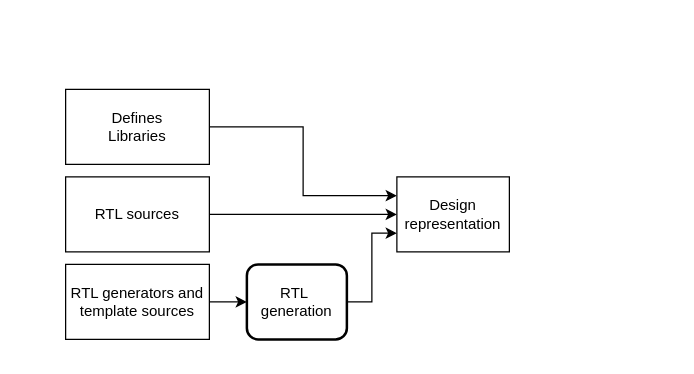
Above: page "RTL" (1 of 9) of content/sili-infra/sili-flows.drawio in jameshanlon/jameshanlon.github.io (draw.io), before the change. Source tidied: cells renumbered, new cells numbered last; positions are measured from the earlier drawing's top-left corner, leaving out a move shared by most shapes. Both pictures are drawn from the tidied source at 125%, with x=0, y=0 at pixel (65, 89).
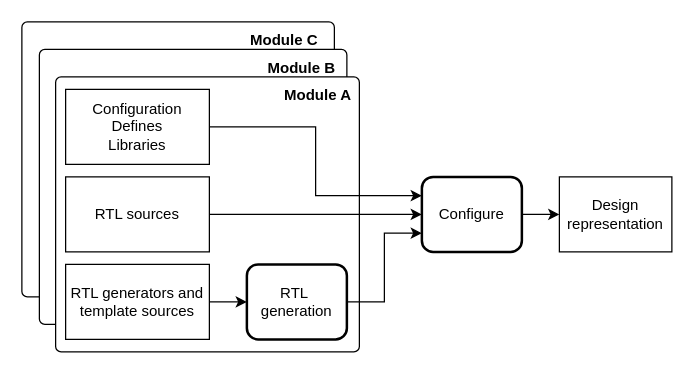
Above is the later version.

Change to the diagram source:
```diff
@@
 <mxGraphModel>
   <root>
     <mxCell id="0" />
     <mxCell id="1" parent="0" />
+    <mxCell id="11" style="rounded=1;whiteSpace=wrap;html=1;arcSize=2;" parent="1" vertex="1">
+      <mxGeometry x="-35" y="-54" width="250" height="220" as="geometry" />
+    </mxCell>
+    <mxCell id="12" style="rounded=1;whiteSpace=wrap;html=1;arcSize=2;" parent="1" vertex="1">
+      <mxGeometry x="-21" y="-32" width="246" height="220" as="geometry" />
+    </mxCell>
+    <mxCell id="13" style="rounded=1;whiteSpace=wrap;html=1;arcSize=2;" parent="1" vertex="1">
+      <mxGeometry x="-8" y="-10" width="243" height="220" as="geometry" />
+    </mxCell>
-    <mxCell id="2" style="edgeStyle=orthogonalEdgeStyle;rounded=0;jettySize=auto;html=1;exitX=1;exitY=0.5;exitDx=0;exitDy=0;entryX=0;entryY=0.75;entryDx=0;entryDy=0;" parent="1" edge="1" source="3" target="10">
+    <mxCell id="2" style="edgeStyle=orthogonalEdgeStyle;rounded=0;jettySize=auto;html=1;exitX=1;exitY=0.5;exitDx=0;exitDy=0;entryX=0;entryY=0.75;entryDx=0;entryDy=0;" parent="1" edge="1" source="3" target="18">
       <mxGeometry relative="1" as="geometry" />
     </mxCell>
     <mxCell id="3" value="RTL&amp;nbsp; generation" style="rounded=1;whiteSpace=wrap;html=1;strokeWidth=2;" parent="1" vertex="1">
       <mxGeometry x="145" y="140" width="80" height="60" as="geometry" />
     </mxCell>
     <mxCell id="4" style="edgeStyle=orthogonalEdgeStyle;rounded=0;jettySize=auto;html=1;exitX=1;exitY=0.5;exitDx=0;exitDy=0;entryX=0;entryY=0.5;entryDx=0;entryDy=0;" parent="1" edge="1" source="5" target="3">
       <mxGeometry relative="1" as="geometry" />
     </mxCell>
     <mxCell id="5" value="RTL generators and template sources" style="rounded=0;whiteSpace=wrap;html=1;" parent="1" vertex="1">
       <mxGeometry y="140" width="115" height="60" as="geometry" />
     </mxCell>
-    <mxCell id="6" style="edgeStyle=orthogonalEdgeStyle;rounded=0;jettySize=auto;html=1;exitX=1;exitY=0.5;exitDx=0;exitDy=0;" parent="1" edge="1" source="7" target="10">
+    <mxCell id="6" style="edgeStyle=orthogonalEdgeStyle;rounded=0;jettySize=auto;html=1;exitX=1;exitY=0.5;exitDx=0;exitDy=0;entryX=0;entryY=0.5;entryDx=0;entryDy=0;" parent="1" edge="1" source="7" target="18">
       <mxGeometry relative="1" as="geometry" />
     </mxCell>
     <mxCell id="7" value="RTL sources" style="rounded=0;whiteSpace=wrap;html=1;" parent="1" vertex="1">
       <mxGeometry y="70" width="115" height="60" as="geometry" />
     </mxCell>
-    <mxCell id="8" style="edgeStyle=orthogonalEdgeStyle;rounded=0;jettySize=auto;html=1;exitX=1;exitY=0.5;exitDx=0;exitDy=0;entryX=0;entryY=0.25;entryDx=0;entryDy=0;" parent="1" edge="1" source="9" target="10">
+    <mxCell id="8" style="edgeStyle=orthogonalEdgeStyle;rounded=0;jettySize=auto;html=1;exitX=1;exitY=0.5;exitDx=0;exitDy=0;entryX=0;entryY=0.25;entryDx=0;entryDy=0;" parent="1" edge="1" source="9" target="18">
       <mxGeometry relative="1" as="geometry" />
     </mxCell>
-    <mxCell id="9" value="Defines&lt;br&gt;Libraries" style="rounded=0;whiteSpace=wrap;html=1;" parent="1" vertex="1">
+    <mxCell id="9" value="Configuration&lt;br&gt;Defines&lt;br&gt;Libraries" style="rounded=0;whiteSpace=wrap;html=1;" parent="1" vertex="1">
       <mxGeometry width="115" height="60" as="geometry" />
     </mxCell>
+    <mxCell id="14" value="Module A" style="text;strokeColor=none;align=center;fillColor=none;html=1;verticalAlign=middle;whiteSpace=wrap;rounded=0;fontStyle=1;" parent="1" vertex="1">
+      <mxGeometry x="172" y="-10" width="60" height="30" as="geometry" />
+    </mxCell>
+    <mxCell id="15" value="Module B" style="text;strokeColor=none;align=center;fillColor=none;html=1;verticalAlign=middle;whiteSpace=wrap;rounded=0;fontStyle=1;" parent="1" vertex="1">
+      <mxGeometry x="159" y="-32" width="60" height="30" as="geometry" />
+    </mxCell>
+    <mxCell id="16" value="Module C" style="text;strokeColor=none;align=center;fillColor=none;html=1;verticalAlign=middle;whiteSpace=wrap;rounded=0;fontStyle=1;" parent="1" vertex="1">
+      <mxGeometry x="145" y="-54" width="60" height="30" as="geometry" />
+    </mxCell>
+    <mxCell id="17" style="edgeStyle=orthogonalEdgeStyle;rounded=0;jettySize=auto;html=1;exitX=1;exitY=0.5;exitDx=0;exitDy=0;" parent="1" edge="1" source="18" target="10">
+      <mxGeometry relative="1" as="geometry" />
+    </mxCell>
+    <mxCell id="18" value="Configure" style="rounded=1;whiteSpace=wrap;html=1;strokeWidth=2;" parent="1" vertex="1">
+      <mxGeometry x="285" y="70" width="80" height="60" as="geometry" />
+    </mxCell>
     <mxCell id="10" value="Design representation" style="rounded=1;whiteSpace=wrap;html=1;arcSize=0;" parent="1" vertex="1">
-      <mxGeometry x="265" y="70" width="90" height="60" as="geometry" />
+      <mxGeometry x="395" y="70" width="90" height="60" as="geometry" />
     </mxCell>
   </root>
 </mxGraphModel>
```
